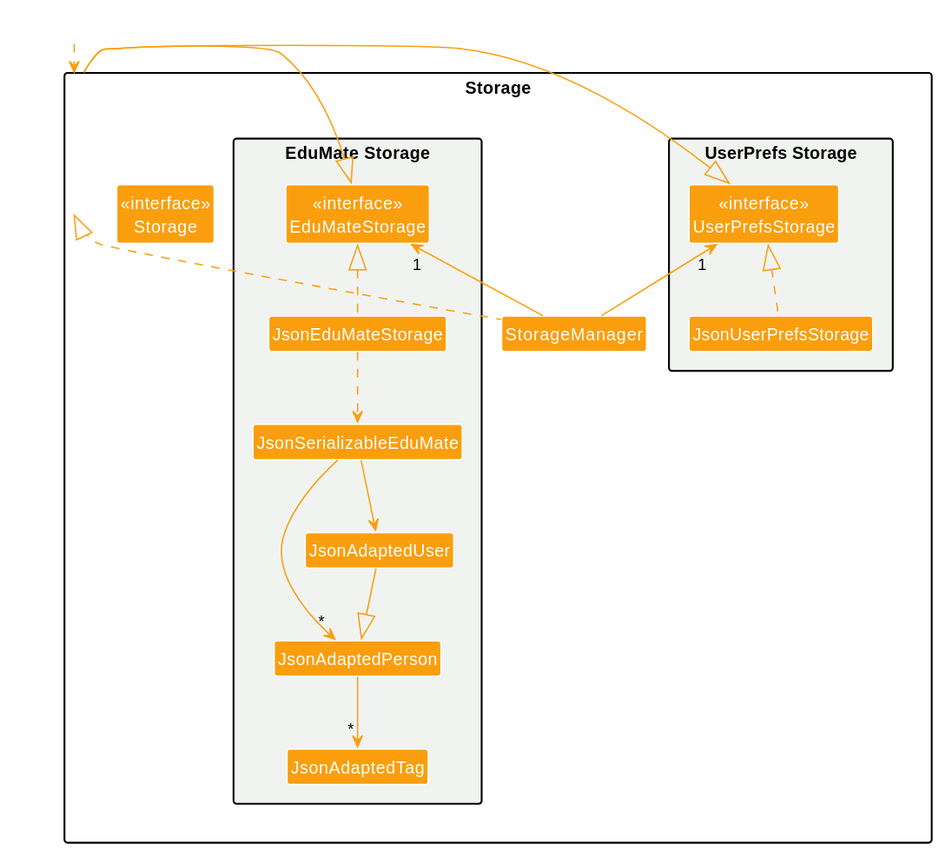
Above: docs/images/StorageClassDiagram.svg in nus-cs2103-AY2223S2/tp (PlantUML), before the change.
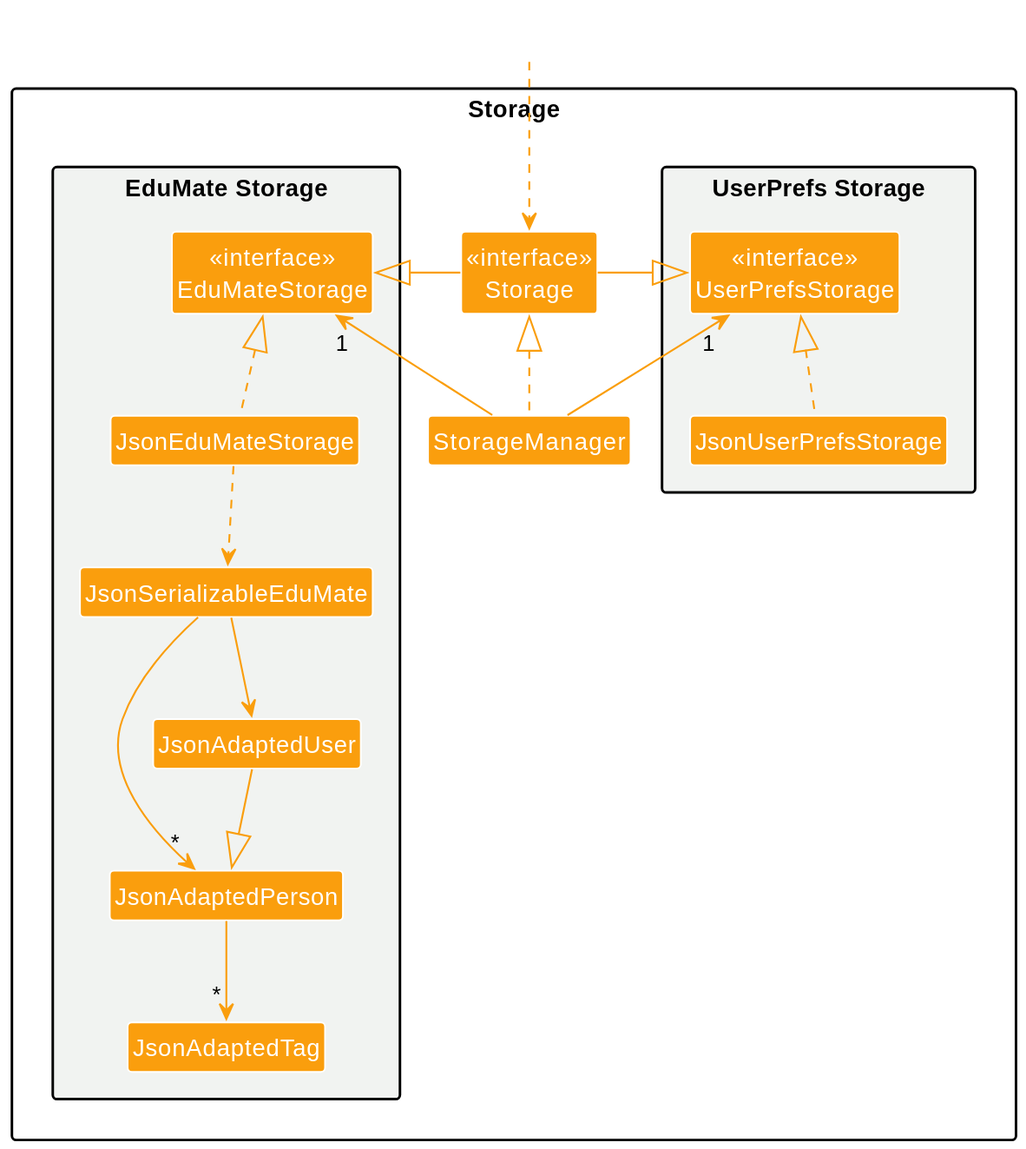
The same file after the commit.

Change to the diagram source:
```diff
@@ -11,7 +11,7 @@
 Class JsonUserPrefsStorage
 }
 
-Class "<<interface>>\nStorage" as Storage
+Class "<<interface>>\nStorage" as Storage1
 Class StorageManager
 
 package "EduMate Storage" MAIN_COLOR_BACKGROUND {
@@ -26,14 +26,14 @@
 }
 
 Class HiddenOutside #FFFFFF
-HiddenOutside ..> Storage
+HiddenOutside ..> Storage1
 
-StorageManager .up.|> Storage
+StorageManager .up.|> Storage1
 StorageManager -up-> "1" UserPrefsStorage
 StorageManager -up-> "1" EduMateStorage
 
-Storage -left-|> UserPrefsStorage
-Storage -right-|> EduMateStorage
+Storage1 -left-|> UserPrefsStorage
+Storage1 -right-|> EduMateStorage
 
 JsonUserPrefsStorage .up.|> UserPrefsStorage
 JsonEduMateStorage .up.|> EduMateStorage
```
